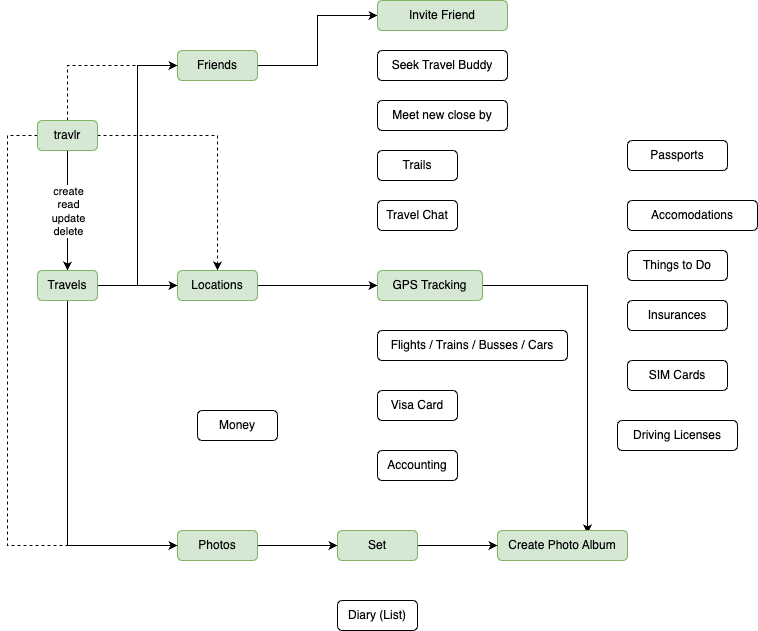
caiopeia/travlr keeps this draw.io diagram as doc/use_cases.drawio.png. Above is the earlier version. Source tidied: cells renumbered, new cells last; positions are measured from the earlier drawing's top-left corner, leaving out a move shared by most shapes.
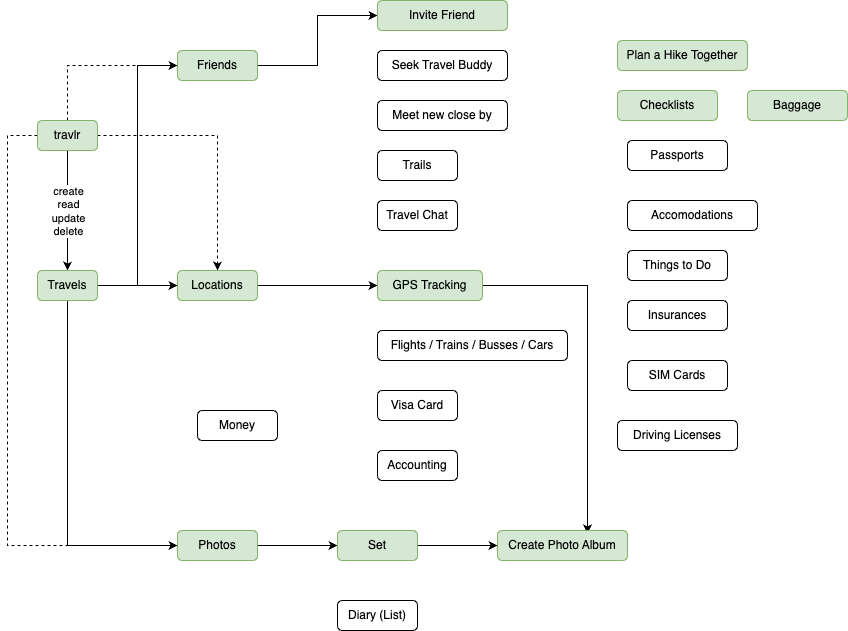
The same diagram one commit later.

Commit message:
update use case diagram

Diff of the diagram source:
```diff
@@ -137,5 +137,14 @@
     <mxCell id="38" value="Travels" style="rounded=1;whiteSpace=wrap;html=1;fillColor=#d5e8d4;strokeColor=#82b366;" parent="1" vertex="1">
       <mxGeometry x="30" y="270" width="60" height="30" as="geometry" />
     </mxCell>
+    <mxCell id="39" value="Plan a Hike Together" style="rounded=1;whiteSpace=wrap;html=1;fillColor=#d5e8d4;strokeColor=#82b366;" parent="1" vertex="1">
+      <mxGeometry x="610" y="40" width="130" height="30" as="geometry" />
+    </mxCell>
+    <mxCell id="40" value="Checklists" style="rounded=1;whiteSpace=wrap;html=1;fillColor=#d5e8d4;strokeColor=#82b366;" parent="1" vertex="1">
+      <mxGeometry x="610" y="90" width="100" height="30" as="geometry" />
+    </mxCell>
+    <mxCell id="41" value="Baggage" style="rounded=1;whiteSpace=wrap;html=1;fillColor=#d5e8d4;strokeColor=#82b366;" parent="1" vertex="1">
+      <mxGeometry x="740" y="90" width="100" height="30" as="geometry" />
+    </mxCell>
   </root>
 </mxGraphModel>
```
